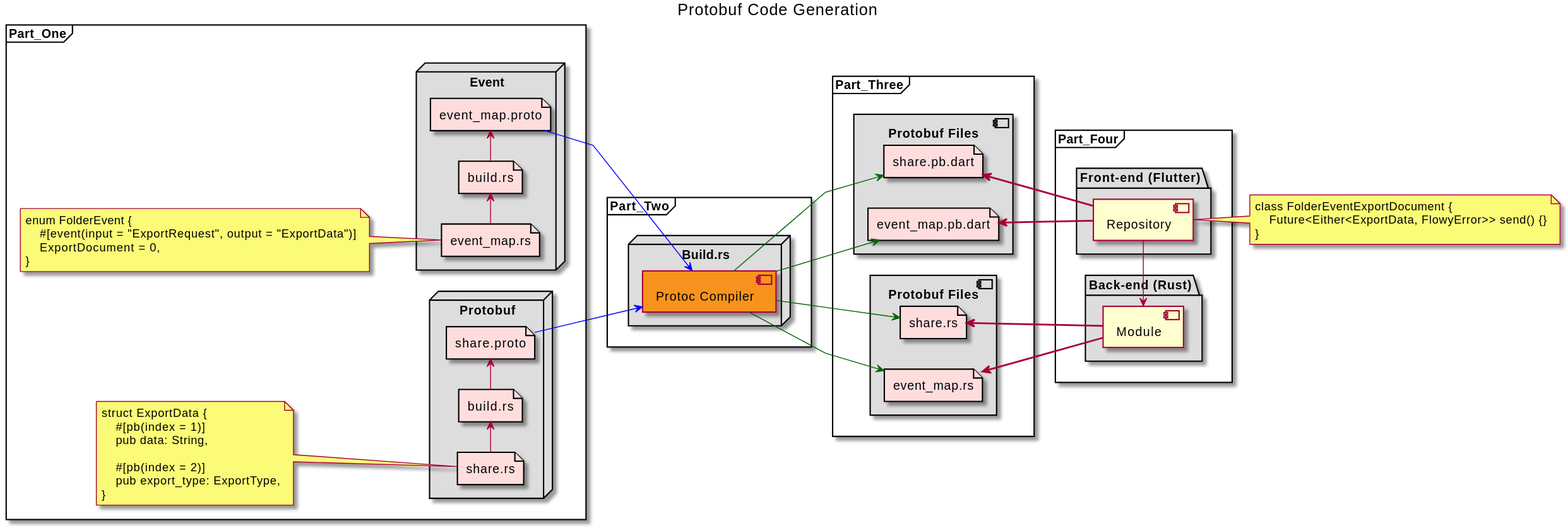
Before: uml/output/FlowySDK-Protobuf_Code_Generation.svg, a diagram exported from PlantUML (AppFlowy-IO/AppFlowy-Docs).
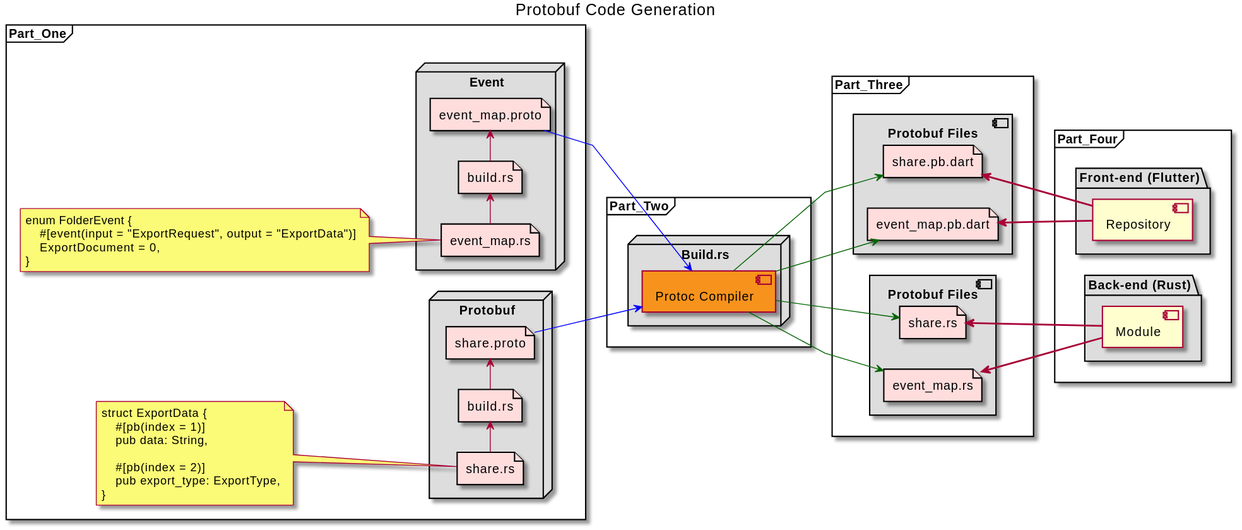
The same file after the commit.

What changed in the source:
```diff
@@ -79,10 +79,4 @@
 
 Module -[bold]up-> rust_event
 Module -[bold]up-> rust_pb
-Repository -> Module
-note right of Repository
-class FolderEventExportDocument {
-    Future<Either<ExportData, FlowyError>> send() {}
-}
-end note
 @enduml
```
